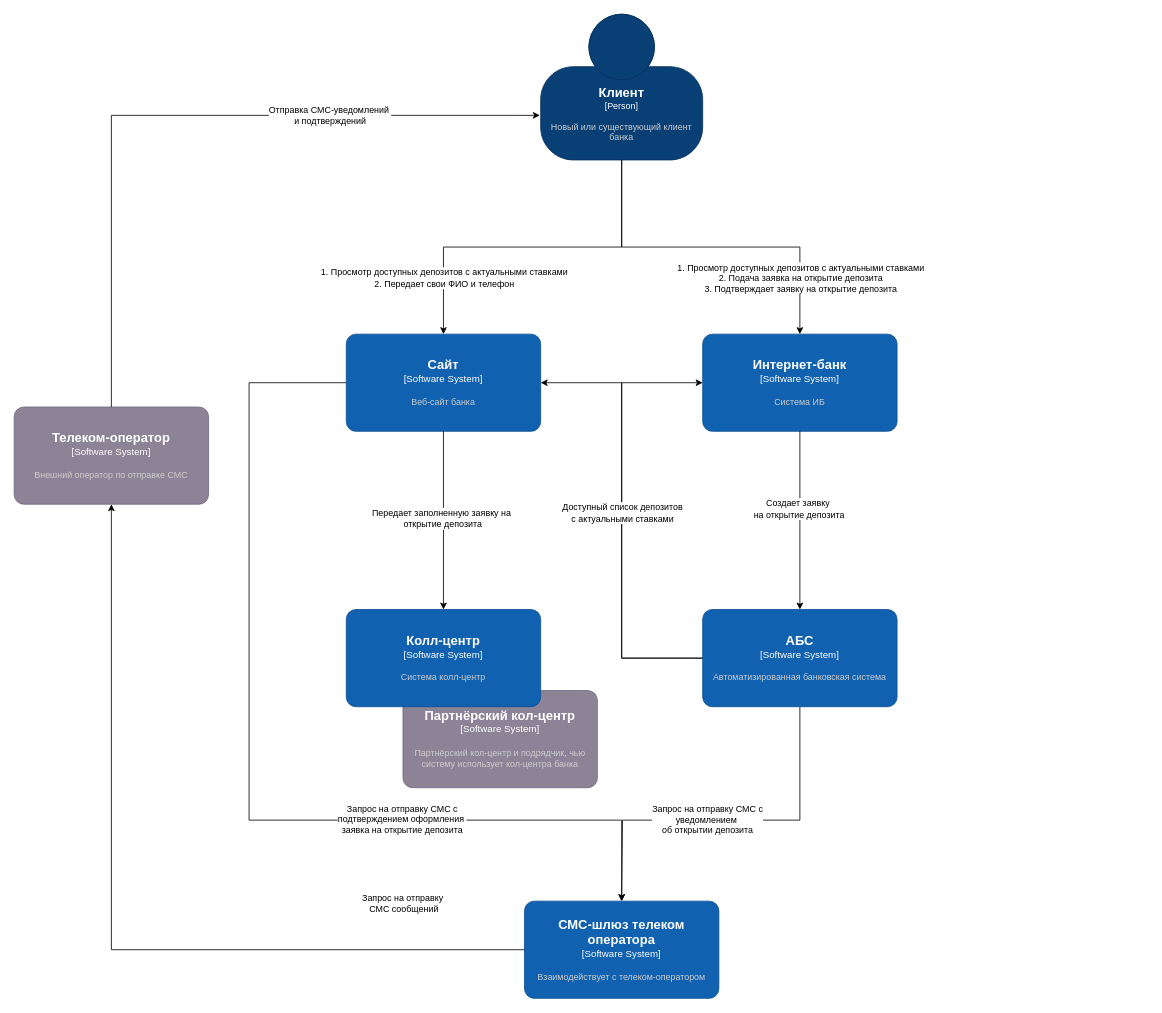
Earlier version of the draw.io diagram architecture-standart/task3/context.drawio (ShT51/architecture-sprint-9). Source tidied: cells renumbered, new cells numbered last; positions are measured from the earlier drawing's top-left corner, leaving out a move shared by most shapes. Both pictures are drawn from the tidied source at 81%, with x=0, y=0 at pixel (14, 14).
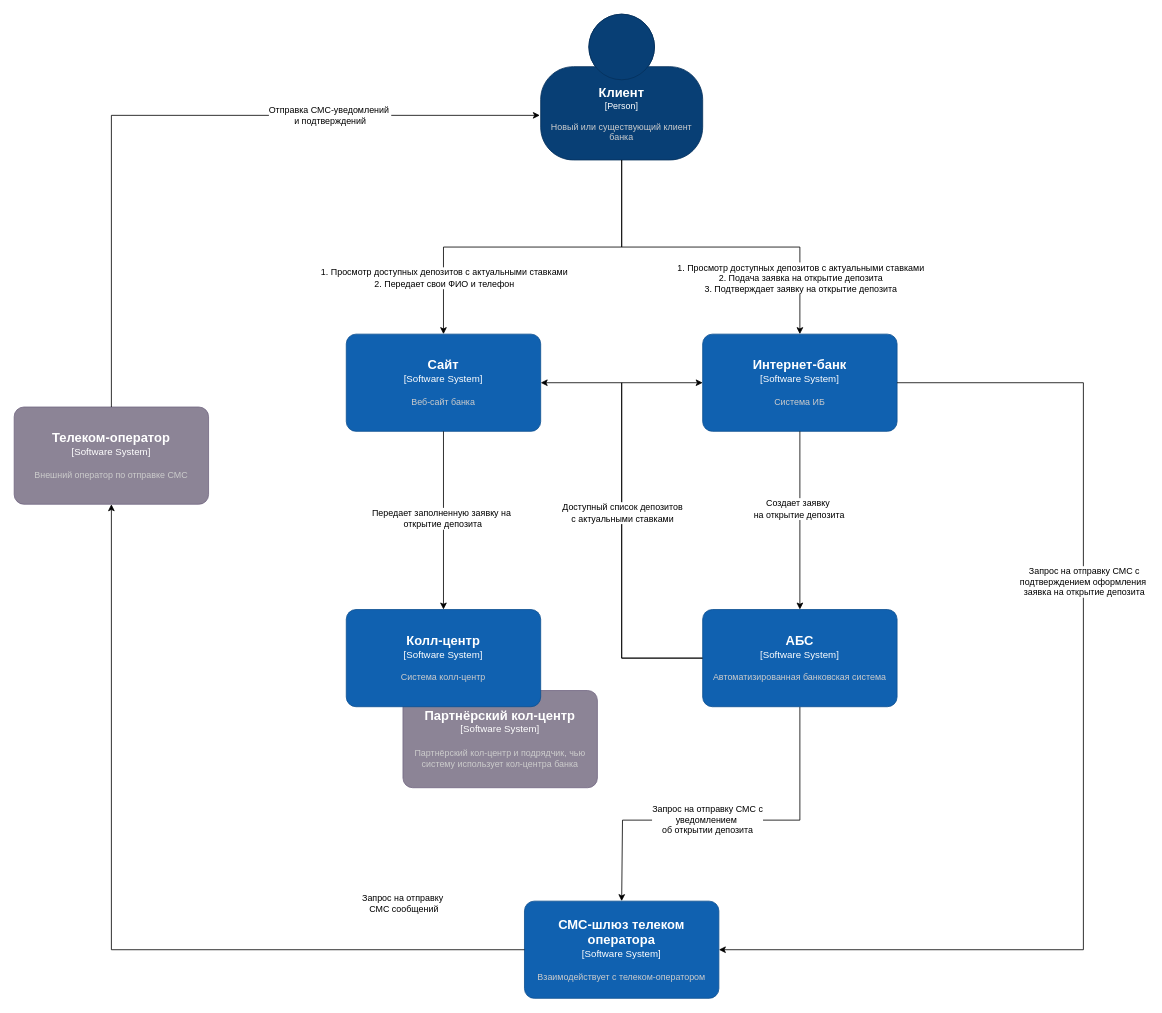
Above is the later version.

The change refers to these unchanged cells:
```xml
<object id="3" label="&lt;font style=&quot;font-size: 16px&quot;&gt;&lt;b&gt;%c4Name%&lt;/b&gt;&lt;/font&gt;&lt;div&gt;[%c4Type%]&lt;/div&gt;&lt;br&gt;&lt;div&gt;&lt;font style=&quot;font-size: 11px&quot;&gt;&lt;font color=&quot;#cccccc&quot;&gt;%c4Description%&lt;/font&gt;&lt;/div&gt;" c4Description="Система ИБ" c4Name="Интернет-банк" c4Type="Software System" placeholders="1">
  <mxCell style="rounded=1;whiteSpace=wrap;html=1;labelBackgroundColor=none;fillColor=#1061B0;fontColor=#ffffff;align=center;arcSize=10;strokeColor=#0D5091;points=[[0.25,0,0],[0.5,0,0],[0.75,0,0],[1,0.25,0],[1,0.5,0],[1,0.75,0],[0.75,1,0],[0.5,1,0],[0.25,1,0],[0,0.75,0],[0,0.5,0],[0,0.25,0]];" parent="1" vertex="1">
    <mxGeometry x="850" y="395" width="240" height="120" as="geometry" />
  </mxCell>
</object>
<object id="5" label="&lt;font style=&quot;font-size: 16px&quot;&gt;&lt;b&gt;%c4Name%&lt;/b&gt;&lt;/font&gt;&lt;div&gt;[%c4Type%]&lt;/div&gt;&lt;br&gt;&lt;div&gt;&lt;font style=&quot;font-size: 11px&quot;&gt;&lt;font color=&quot;#cccccc&quot;&gt;%c4Description%&lt;/font&gt;&lt;/div&gt;" c4Description="Веб-сайт банка" c4Name="Сайт" c4Type="Software System" placeholders="1">
  <mxCell style="rounded=1;whiteSpace=wrap;html=1;labelBackgroundColor=none;fillColor=#1061B0;fontColor=#ffffff;align=center;arcSize=10;strokeColor=#0D5091;points=[[0.25,0,0],[0.5,0,0],[0.75,0,0],[1,0.25,0],[1,0.5,0],[1,0.75,0],[0.75,1,0],[0.5,1,0],[0.25,1,0],[0,0.75,0],[0,0.5,0],[0,0.25,0]];" parent="1" vertex="1">
    <mxGeometry x="410" y="395" width="240" height="120" as="geometry" />
  </mxCell>
</object>
<object id="24" label="&lt;font style=&quot;font-size: 16px&quot;&gt;&lt;b&gt;%c4Name%&lt;/b&gt;&lt;/font&gt;&lt;div&gt;[%c4Type%]&lt;/div&gt;&lt;br&gt;&lt;div&gt;&lt;font style=&quot;font-size: 11px&quot;&gt;&lt;font color=&quot;#cccccc&quot;&gt;%c4Description%&lt;/font&gt;&lt;/div&gt;" c4Description="Взаимодействует с телеком-оператором" c4Name="СМС-шлюз телеком оператора" c4Type="Software System" placeholders="1">
  <mxCell style="rounded=1;whiteSpace=wrap;html=1;labelBackgroundColor=none;fillColor=#1061B0;fontColor=#ffffff;align=center;arcSize=10;strokeColor=#0D5091;points=[[0.25,0,0],[0.5,0,0],[0.75,0,0],[1,0.25,0],[1,0.5,0],[1,0.75,0],[0.75,1,0],[0.5,1,0],[0.25,1,0],[0,0.75,0],[0,0.5,0],[0,0.25,0]];" parent="1" vertex="1">
    <mxGeometry x="630" y="1095" width="240" height="120" as="geometry" />
  </mxCell>
</object>
```

Change to the diagram source:
```diff
@@
-    <mxCell id="29" style="edgeStyle=orthogonalEdgeStyle;rounded=0;jettySize=auto;html=1;exitX=0;exitY=0.5;exitDx=0;exitDy=0;exitPerimeter=0;entryX=0.5;entryY=0;entryDx=0;entryDy=0;entryPerimeter=0;" parent="1" edge="1" source="5" target="24">
+    <mxCell id="29" style="edgeStyle=orthogonalEdgeStyle;rounded=0;jettySize=auto;html=1;exitX=1;exitY=0.5;exitDx=0;exitDy=0;exitPerimeter=0;entryX=1;entryY=0.5;entryDx=0;entryDy=0;entryPerimeter=0;" parent="1" edge="1" source="3" target="24">
       <mxGeometry relative="1" as="geometry">
         <Array as="points">
-          <mxPoint x="290" y="455" />
-          <mxPoint x="290" y="995" />
-          <mxPoint x="750" y="995" />
+          <mxPoint x="1320" y="455" />
+          <mxPoint x="1320" y="1155" />
         </Array>
       </mxGeometry>
     </mxCell>
     <mxCell id="30" value="Запрос на отправку СМС с&lt;div&gt;подтверждением оформления&amp;nbsp;&lt;/div&gt;&lt;div&gt;заявка на открытие депозита&lt;/div&gt;" style="edgeLabel;html=1;align=center;verticalAlign=middle;" parent="29" vertex="1">
-      <mxGeometry x="0.39" y="2" relative="1" as="geometry" />
+      <mxGeometry x="0.39" y="2" relative="1" as="geometry">
+        <mxPoint x="29" y="-457" as="offset" />
+      </mxGeometry>
     </mxCell>
```
